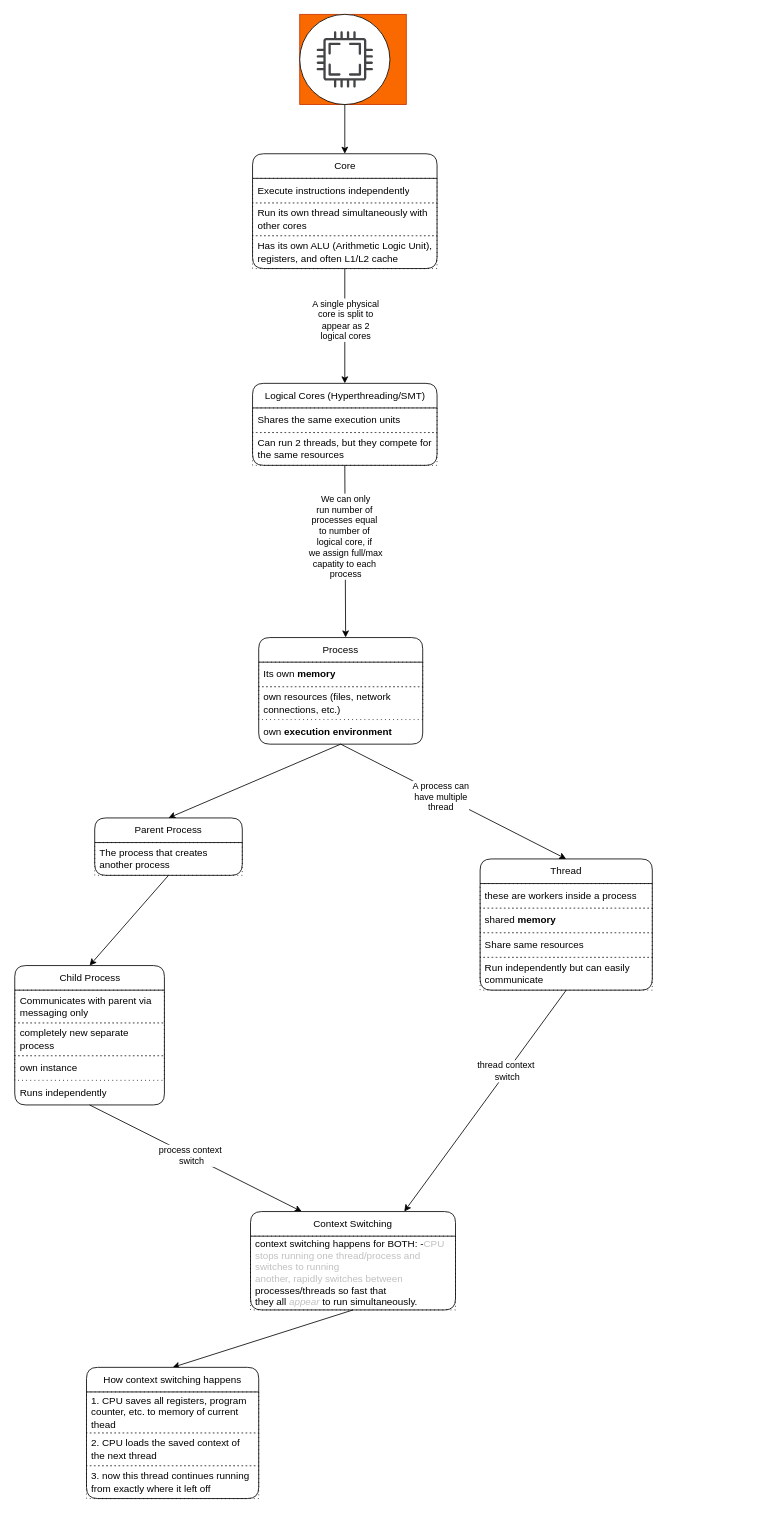
The draw.io diagram os/cpu/cpu.dio in knkrn5/Programming-Concepts, before the edit. Source tidied: cells renumbered, new cells numbered last; positions are measured from the earlier drawing's top-left corner, leaving out a move shared by most shapes. Both pictures are drawn from the tidied source at 82%, with x=0, y=0 at pixel (14, 14).
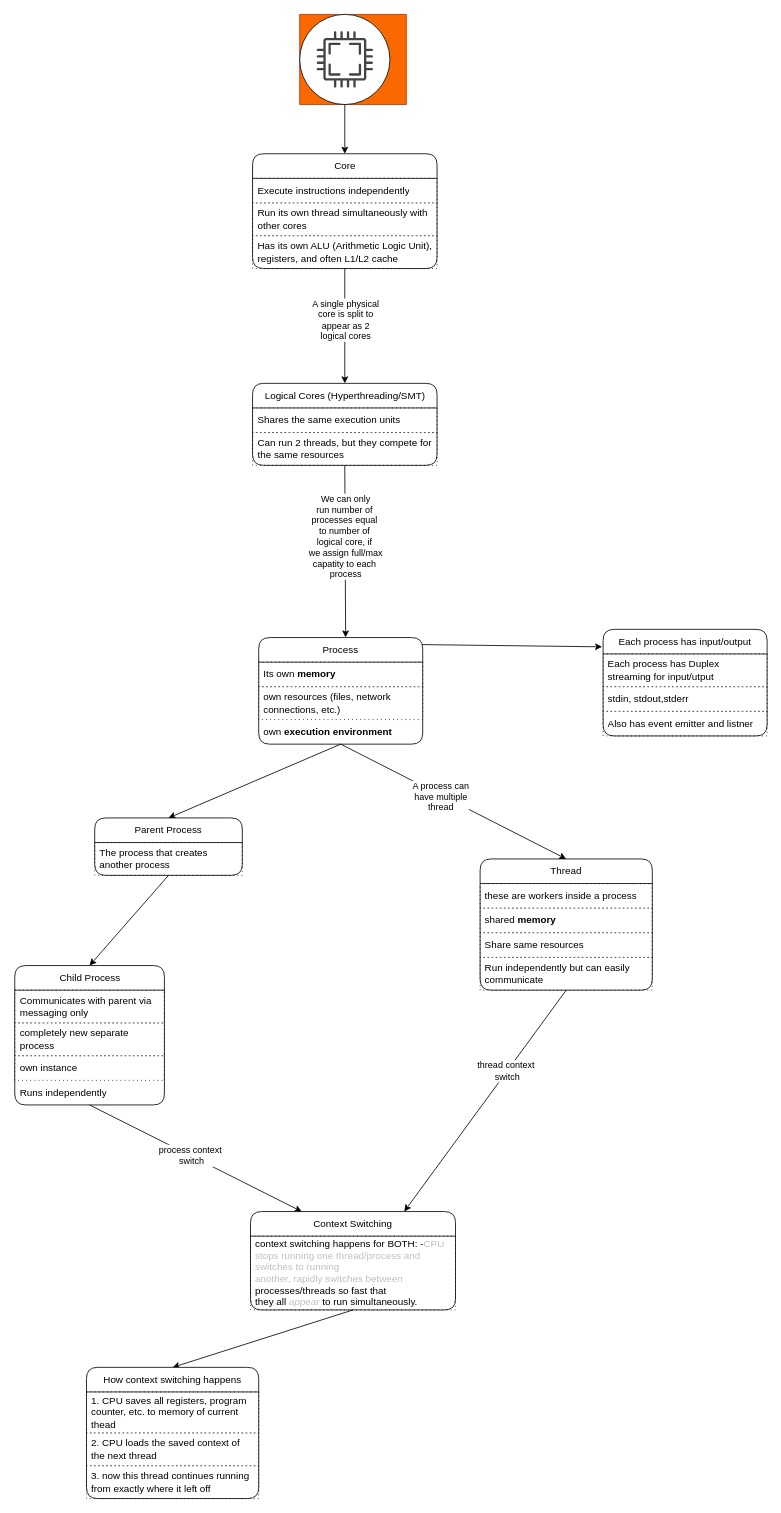
The same diagram, later.

The change refers to these unchanged cells:
```xml
<mxCell id="13" value="Process" style="swimlane;fontStyle=0;horizontal=1;startSize=30;whiteSpace=wrap;html=1;rounded=1;" parent="1" vertex="1">
  <mxGeometry x="298" y="760" width="200" height="130" as="geometry" />
</mxCell>
```

The edit, as a diff of the source:
```diff
@@
+    <mxCell id="48" style="edgeStyle=none;html=1;exitX=0.988;exitY=0.066;exitDx=0;exitDy=0;entryX=-0.006;entryY=0.164;entryDx=0;entryDy=0;entryPerimeter=0;exitPerimeter=0;flowAnimation=1;" parent="1" edge="1" source="13" target="49">
+      <mxGeometry relative="1" as="geometry" />
+    </mxCell>
@@
+    <mxCell id="49" value="Each process has input/output" style="swimlane;fontStyle=0;horizontal=1;startSize=30;whiteSpace=wrap;html=1;rounded=1;" parent="1" vertex="1">
+      <mxGeometry x="718" y="750" width="200" height="130" as="geometry" />
+    </mxCell>
+    <mxCell id="50" value="Each process has Duplex streaming for input/utput" style="text;strokeColor=default;fillColor=none;align=left;verticalAlign=middle;spacingLeft=4;spacingRight=4;overflow=hidden;whiteSpace=wrap;html=1;dashed=1;dashPattern=1 4;" parent="49" vertex="1">
+      <mxGeometry y="30" width="200" height="40" as="geometry" />
+    </mxCell>
+    <mxCell id="51" value="stdin, stdout,stderr" style="text;strokeColor=default;fillColor=none;align=left;verticalAlign=middle;spacingLeft=4;spacingRight=4;overflow=hidden;whiteSpace=wrap;html=1;dashed=1;dashPattern=1 4;" parent="49" vertex="1">
+      <mxGeometry y="70" width="200" height="30" as="geometry" />
+    </mxCell>
+    <mxCell id="52" value="Also has event emitter and listner" style="text;strokeColor=default;fillColor=none;align=left;verticalAlign=middle;spacingLeft=4;spacingRight=4;overflow=hidden;whiteSpace=wrap;html=1;dashed=1;dashPattern=1 4;" parent="49" vertex="1">
+      <mxGeometry y="100" width="200" height="30" as="geometry" />
+    </mxCell>
```
